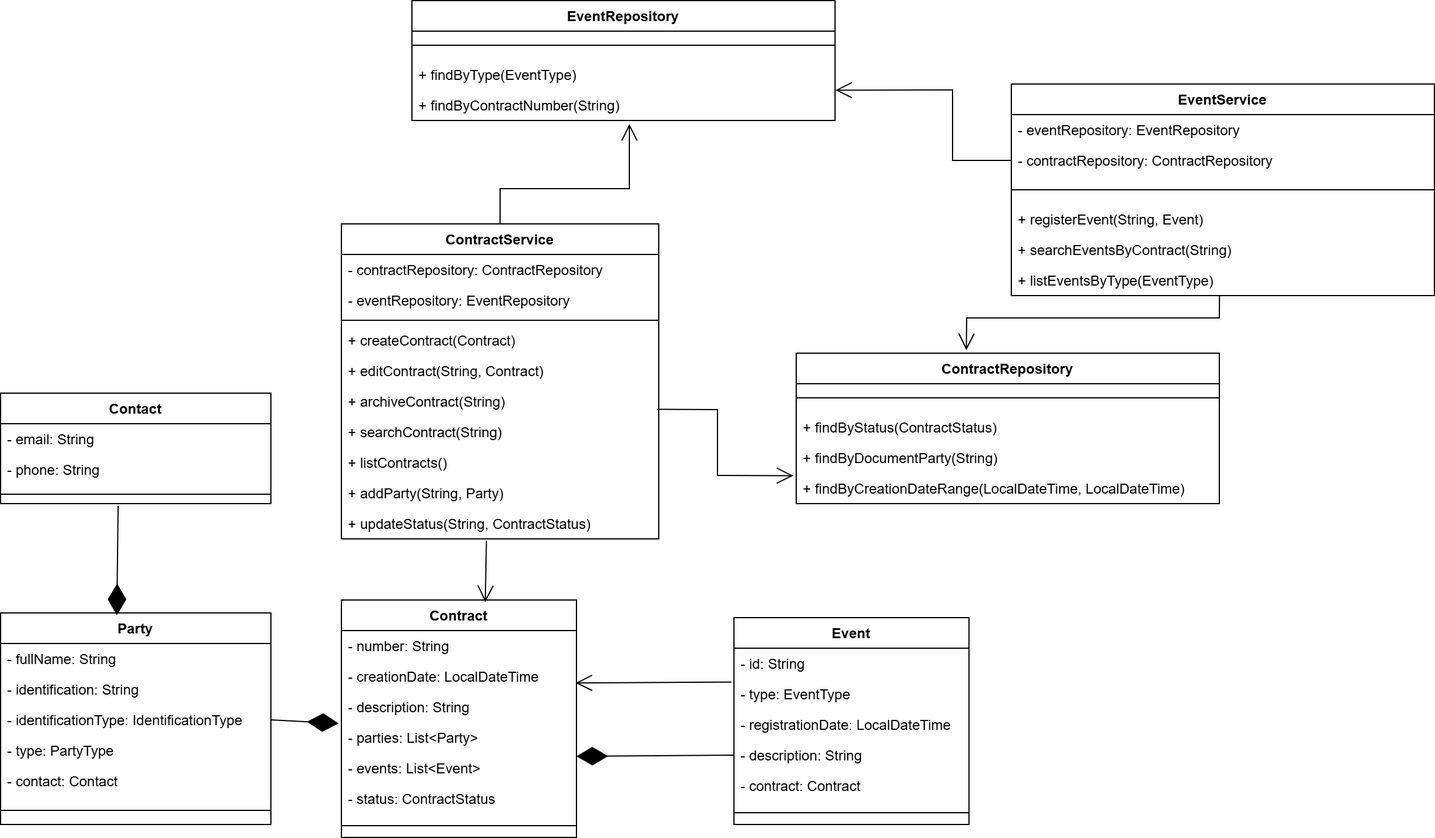
This is src/main/resources/docs/png_docs/classes.png from juliocloud/gerenciamento-contratos, a draw.io export, as it was before one commit. Source tidied: cells renumbered, new cells last; positions are measured from the earlier drawing's top-left corner, leaving out a move shared by most shapes.
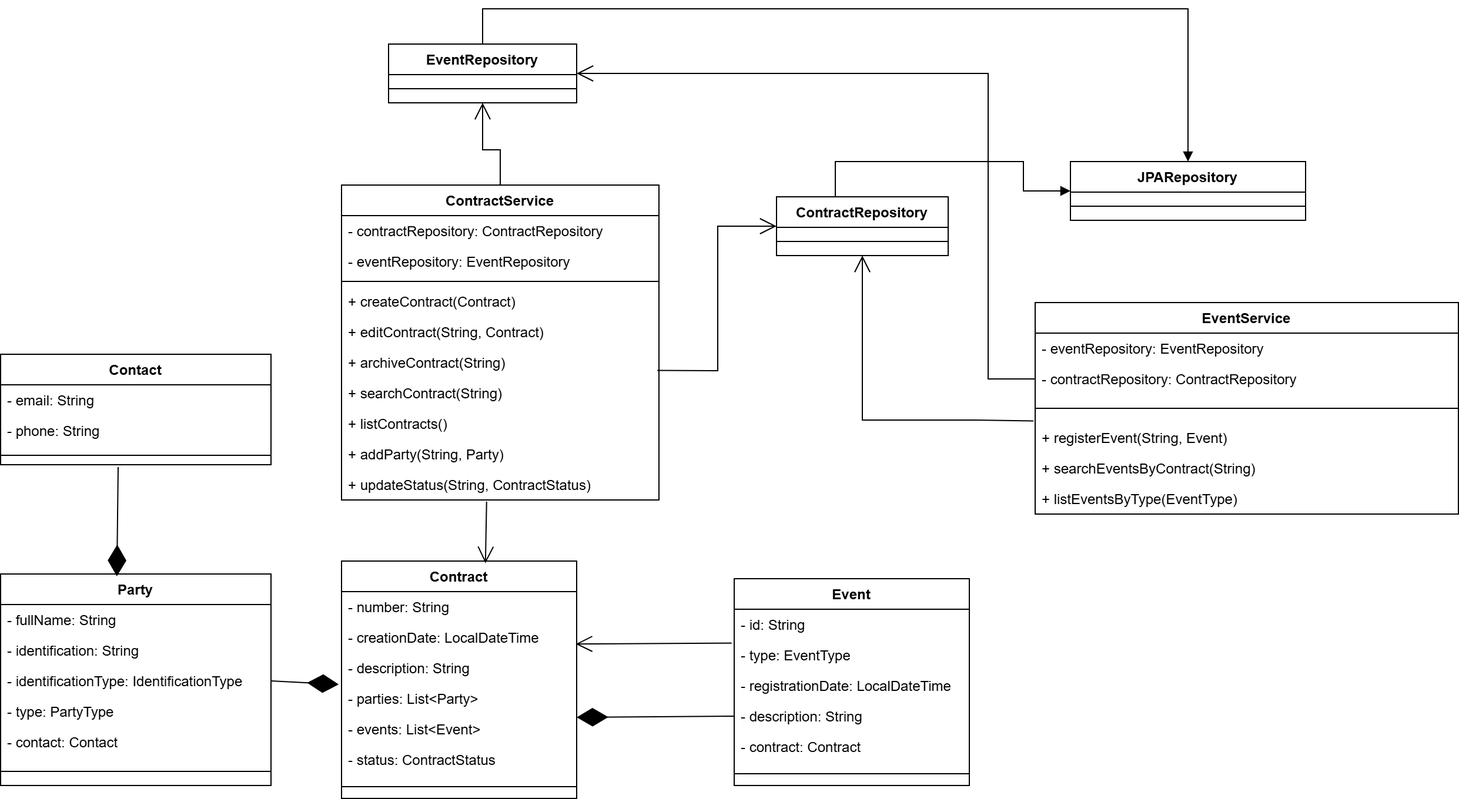
The same file after the commit.

Change to the diagram source:
```diff
@@ -103,26 +103,26 @@
     <mxCell id="34" style="endArrow=open;endFill=1;endSize=12;html=1;rounded=0;exitX=0.457;exitY=1.055;exitDx=0;exitDy=0;exitPerimeter=0;entryX=0.612;entryY=0.009;entryDx=0;entryDy=0;entryPerimeter=0;" parent="1" edge="1" source="33" target="2">
       <mxGeometry relative="1" as="geometry" />
     </mxCell>
+    <mxCell id="64" style="edgeStyle=orthogonalEdgeStyle;rounded=0;jettySize=auto;html=1;entryX=0;entryY=0.5;entryDx=0;entryDy=0;endArrow=block;endFill=1;" parent="1" edge="1" source="35" target="66">
+      <mxGeometry relative="1" as="geometry">
+        <Array as="points">
+          <mxPoint x="710" y="170" />
+          <mxPoint x="870" y="170" />
+          <mxPoint x="870" y="195" />
+        </Array>
+      </mxGeometry>
+    </mxCell>
     <mxCell id="35" value="ContractRepository" style="swimlane;fontStyle=1;align=center;verticalAlign=top;horizontal=1;startSize=26;whiteSpace=wrap;html=1;" parent="1" vertex="1">
-      <mxGeometry x="677" y="300" width="360" height="128" as="geometry" />
+      <mxGeometry x="660" y="200" width="146" height="50" as="geometry" />
     </mxCell>
     <mxCell id="36" style="line;strokeWidth=1;fillColor=none;align=left;verticalAlign=middle;spacingTop=-1;spacingLeft=3;spacingRight=3;labelPosition=right;strokeColor=inherit;" parent="35" vertex="1">
-      <mxGeometry y="26" width="360" height="24" as="geometry" />
+      <mxGeometry y="26" width="146" height="24" as="geometry" />
     </mxCell>
-    <mxCell id="37" value="+ findByStatus(ContractStatus)" style="text;strokeColor=none;fillColor=none;align=left;verticalAlign=top;spacingLeft=4;spacingRight=4;overflow=hidden;whiteSpace=wrap;html=1;" parent="35" vertex="1">
-      <mxGeometry y="50" width="360" height="26" as="geometry" />
-    </mxCell>
-    <mxCell id="38" value="+ findByDocumentParty(String)" style="text;strokeColor=none;fillColor=none;align=left;verticalAlign=top;spacingLeft=4;spacingRight=4;overflow=hidden;whiteSpace=wrap;html=1;" parent="35" vertex="1">
-      <mxGeometry y="76" width="360" height="26" as="geometry" />
-    </mxCell>
-    <mxCell id="39" value="+ findByCreationDateRange(LocalDateTime, LocalDateTime)" style="text;strokeColor=none;fillColor=none;align=left;verticalAlign=top;spacingLeft=4;spacingRight=4;overflow=hidden;points=[[0,0.5],[1,0.5]];portConstraint=eastwest;whiteSpace=wrap;html=1;" parent="35" vertex="1">
-      <mxGeometry y="102" width="360" height="26" as="geometry" />
-    </mxCell>
-    <mxCell id="40" style="endArrow=open;endFill=1;endSize=12;html=1;rounded=0;exitX=0.995;exitY=0.762;exitDx=0;exitDy=0;exitPerimeter=0;entryX=-0.007;entryY=0.085;entryDx=0;entryDy=0;entryPerimeter=0;" parent="1" edge="1" source="29" target="39">
+    <mxCell id="40" style="endArrow=open;endFill=1;endSize=12;html=1;rounded=0;exitX=0.995;exitY=0.762;exitDx=0;exitDy=0;exitPerimeter=0;entryX=0;entryY=0.5;entryDx=0;entryDy=0;" parent="1" edge="1" source="29" target="35">
       <mxGeometry relative="1" as="geometry">
         <Array as="points">
           <mxPoint x="610" y="348" />
-          <mxPoint x="610" y="404" />
+          <mxPoint x="610" y="225" />
         </Array>
       </mxGeometry>
     </mxCell>
@@ -153,20 +153,22 @@
     <mxCell id="49" style="endArrow=diamondThin;endFill=1;endSize=24;html=1;rounded=0;entryX=1;entryY=1.115;entryDx=0;entryDy=0;exitX=0;exitY=0.5;exitDx=0;exitDy=0;entryPerimeter=0;" parent="1" edge="1" source="45" target="6">
       <mxGeometry relative="1" as="geometry" />
     </mxCell>
+    <mxCell id="65" style="edgeStyle=orthogonalEdgeStyle;rounded=0;jettySize=auto;html=1;entryX=0.5;entryY=0;entryDx=0;entryDy=0;endArrow=block;endFill=1;" parent="1" edge="1" source="50" target="66">
+      <mxGeometry relative="1" as="geometry">
+        <Array as="points">
+          <mxPoint x="410" y="40" />
+          <mxPoint x="1010" y="40" />
+        </Array>
+      </mxGeometry>
+    </mxCell>
     <mxCell id="50" value="EventRepository" style="swimlane;fontStyle=1;align=center;verticalAlign=top;horizontal=1;startSize=26;whiteSpace=wrap;html=1;" parent="1" vertex="1">
-      <mxGeometry x="350" width="360" height="102" as="geometry" />
+      <mxGeometry x="330" y="70" width="160" height="50" as="geometry" />
     </mxCell>
     <mxCell id="51" style="line;strokeWidth=1;fillColor=none;align=left;verticalAlign=middle;spacingTop=-1;spacingLeft=3;spacingRight=3;labelPosition=right;strokeColor=inherit;" parent="50" vertex="1">
-      <mxGeometry y="26" width="360" height="24" as="geometry" />
+      <mxGeometry y="26" width="160" height="24" as="geometry" />
     </mxCell>
-    <mxCell id="52" value="+ findByType(EventType)" style="text;strokeColor=none;fillColor=none;align=left;verticalAlign=top;spacingLeft=4;spacingRight=4;overflow=hidden;whiteSpace=wrap;html=1;" parent="50" vertex="1">
-      <mxGeometry y="50" width="360" height="26" as="geometry" />
-    </mxCell>
-    <mxCell id="53" value="+ findByContractNumber(String)" style="text;strokeColor=none;fillColor=none;align=left;verticalAlign=top;spacingLeft=4;spacingRight=4;overflow=hidden;points=[[0,0.5],[1,0.5]];portConstraint=eastwest;whiteSpace=wrap;html=1;" parent="50" vertex="1">
-      <mxGeometry y="76" width="360" height="26" as="geometry" />
-    </mxCell>
     <mxCell id="54" value="EventService" style="swimlane;fontStyle=1;align=center;verticalAlign=top;horizontal=1;startSize=26;whiteSpace=wrap;html=1;" parent="1" vertex="1">
-      <mxGeometry x="860" y="71" width="360" height="180" as="geometry" />
+      <mxGeometry x="880" y="290" width="360" height="180" as="geometry" />
     </mxCell>
     <mxCell id="55" value="- eventRepository: EventRepository" style="text;strokeColor=none;fillColor=none;align=left;verticalAlign=top;spacingLeft=4;spacingRight=4;overflow=hidden;whiteSpace=wrap;html=1;" parent="54" vertex="1">
       <mxGeometry y="26" width="360" height="26" as="geometry" />
@@ -186,29 +188,35 @@
     <mxCell id="60" value="+ listEventsByType(EventType)" style="text;strokeColor=none;fillColor=none;align=left;verticalAlign=top;spacingLeft=4;spacingRight=4;overflow=hidden;points=[[0,0.5],[1,0.5]];portConstraint=eastwest;whiteSpace=wrap;html=1;" parent="54" vertex="1">
       <mxGeometry y="154" width="360" height="26" as="geometry" />
     </mxCell>
-    <mxCell id="61" style="endArrow=open;endFill=1;endSize=12;html=1;rounded=0;exitX=0.492;exitY=1;exitDx=0;exitDy=0;entryX=0.402;entryY=-0.02;entryDx=0;entryDy=0;entryPerimeter=0;exitPerimeter=0;" parent="1" edge="1" source="60" target="35">
+    <mxCell id="61" style="endArrow=open;endFill=1;endSize=12;html=1;rounded=0;exitX=-0.004;exitY=-0.049;exitDx=0;exitDy=0;entryX=0.5;entryY=1;entryDx=0;entryDy=0;exitPerimeter=0;" parent="1" edge="1" source="58" target="35">
       <mxGeometry relative="1" as="geometry">
         <Array as="points">
-          <mxPoint x="1037" y="270" />
-          <mxPoint x="822" y="270" />
+          <mxPoint x="830" y="390" />
+          <mxPoint x="733" y="390" />
         </Array>
       </mxGeometry>
     </mxCell>
-    <mxCell id="62" style="endArrow=open;endFill=1;endSize=12;html=1;rounded=0;exitX=0;exitY=0.5;exitDx=0;exitDy=0;entryX=1.001;entryY=0.008;entryDx=0;entryDy=0;entryPerimeter=0;" parent="1" edge="1" source="56" target="53">
+    <mxCell id="62" style="endArrow=open;endFill=1;endSize=12;html=1;rounded=0;exitX=0;exitY=0.5;exitDx=0;exitDy=0;entryX=1;entryY=0.5;entryDx=0;entryDy=0;" parent="1" edge="1" source="56" target="50">
       <mxGeometry relative="1" as="geometry">
         <Array as="points">
-          <mxPoint x="810" y="136" />
-          <mxPoint x="810" y="76" />
+          <mxPoint x="840" y="355" />
+          <mxPoint x="840" y="95" />
         </Array>
       </mxGeometry>
     </mxCell>
-    <mxCell id="63" style="endArrow=open;endFill=1;endSize=12;html=1;rounded=0;exitX=0.5;exitY=0;exitDx=0;exitDy=0;entryX=0.514;entryY=1.115;entryDx=0;entryDy=0;entryPerimeter=0;" parent="1" edge="1" source="23" target="53">
+    <mxCell id="63" style="endArrow=open;endFill=1;endSize=12;html=1;rounded=0;exitX=0.5;exitY=0;exitDx=0;exitDy=0;entryX=0.5;entryY=1;entryDx=0;entryDy=0;" parent="1" edge="1" source="23" target="50">
       <mxGeometry relative="1" as="geometry">
         <Array as="points">
           <mxPoint x="425" y="160" />
-          <mxPoint x="535" y="160" />
+          <mxPoint x="410" y="160" />
         </Array>
       </mxGeometry>
     </mxCell>
+    <mxCell id="66" value="JPARepository" style="swimlane;fontStyle=1;align=center;verticalAlign=top;horizontal=1;startSize=26;whiteSpace=wrap;html=1;" parent="1" vertex="1">
+      <mxGeometry x="910" y="170" width="200" height="50" as="geometry" />
+    </mxCell>
+    <mxCell id="67" style="line;strokeWidth=1;fillColor=none;align=left;verticalAlign=middle;spacingTop=-1;spacingLeft=3;spacingRight=3;labelPosition=right;strokeColor=inherit;" parent="66" vertex="1">
+      <mxGeometry y="26" width="200" height="24" as="geometry" />
+    </mxCell>
   </root>
 </mxGraphModel>
```
